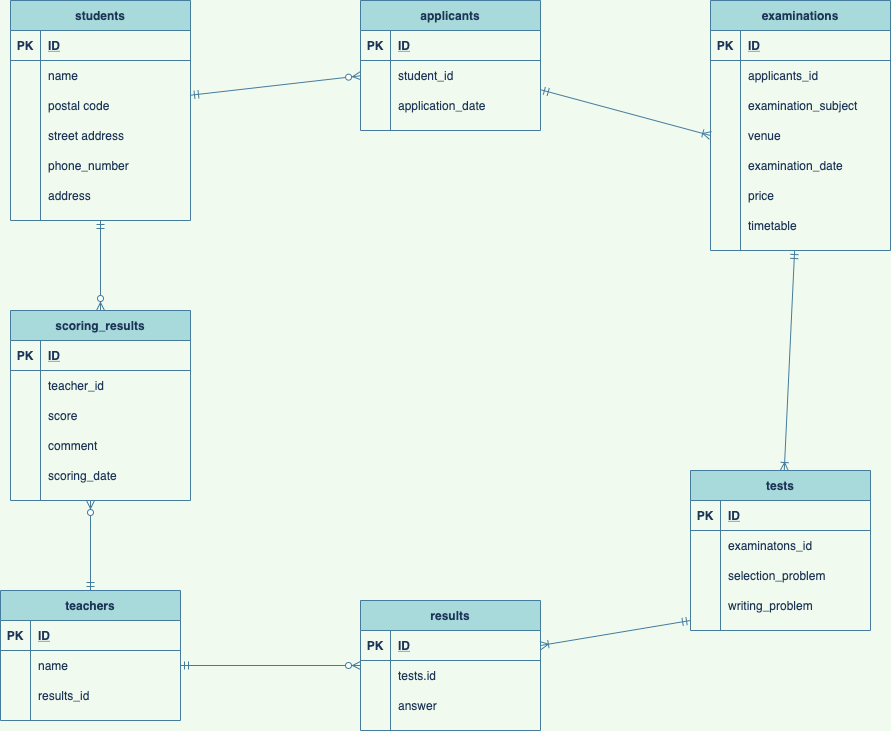
The draw.io diagram index.drawio.png in hata8341/ER_problem, before a commit. Source tidied: cells renumbered, new cells last; positions are measured from the earlier drawing's top-left corner, leaving out a move shared by most shapes.
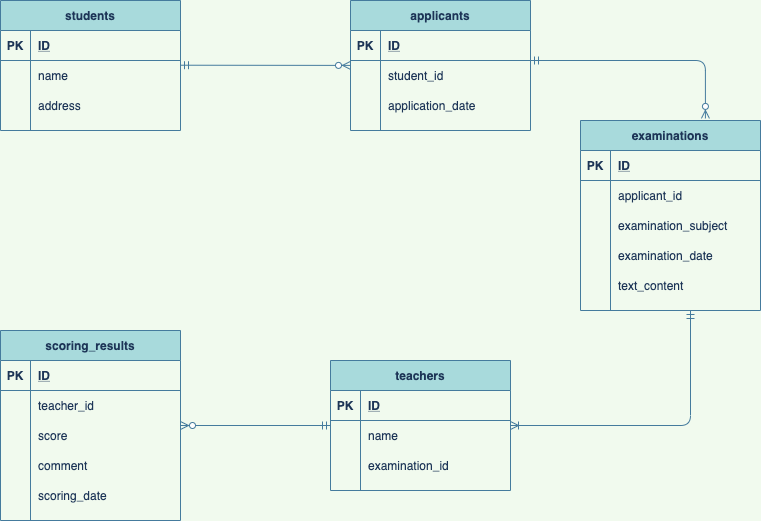
The same file after the commit.

Diff of the diagram source:
```diff
@@ -2,11 +2,8 @@
   <root>
     <mxCell id="0" />
     <mxCell id="1" parent="0" />
-    <mxCell id="2" style="edgeStyle=none;rounded=1;sketch=0;jettySize=auto;html=1;entryX=0.5;entryY=0;entryDx=0;entryDy=0;startArrow=ERmandOne;startFill=0;endArrow=ERzeroToMany;endFill=1;strokeColor=#457B9D;fillColor=#A8DADC;fontColor=#1D3557;" parent="1" edge="1" source="3" target="89">
-      <mxGeometry relative="1" as="geometry" />
-    </mxCell>
     <mxCell id="3" value="students" style="shape=table;startSize=30;rowLines=0;fontStyle=1;align=center;fillColor=#A8DADC;strokeColor=#457B9D;fontColor=#1D3557;" parent="1" vertex="1">
-      <mxGeometry x="10" width="180" height="220" as="geometry" />
+      <mxGeometry x="10" y="30" width="180" height="130" as="geometry" />
     </mxCell>
     <mxCell id="4" style="shape=partialRectangle;fillColor=none;top=0;left=0;bottom=1;right=0;strokeColor=#457B9D;fontColor=#1D3557;" parent="3" vertex="1">
       <mxGeometry y="30" width="180" height="30" as="geometry" />
@@ -26,35 +23,8 @@
     <mxCell id="9" value="name" style="shape=partialRectangle;fillColor=none;top=0;left=0;bottom=0;right=0;align=left;spacingLeft=6;overflow=hidden;strokeColor=#457B9D;fontColor=#1D3557;" parent="7" vertex="1">
       <mxGeometry x="30" width="150" height="30" as="geometry" />
     </mxCell>
-    <mxCell id="10" style="shape=partialRectangle;fillColor=none;top=0;left=0;bottom=0;right=0;points=[[0,0.5],[1,0.5]];portConstraint=eastwest;strokeColor=#457B9D;fontColor=#1D3557;" parent="3" vertex="1">
-      <mxGeometry y="90" width="180" height="30" as="geometry" />
-    </mxCell>
-    <mxCell id="11" style="shape=partialRectangle;fillColor=none;top=0;left=0;bottom=0;right=0;overflow=hidden;strokeColor=#457B9D;fontColor=#1D3557;" parent="10" vertex="1">
-      <mxGeometry width="30" height="30" as="geometry" />
-    </mxCell>
-    <mxCell id="12" value="postal code" style="shape=partialRectangle;fillColor=none;top=0;left=0;bottom=0;right=0;align=left;spacingLeft=6;overflow=hidden;strokeColor=#457B9D;fontColor=#1D3557;" parent="10" vertex="1">
-      <mxGeometry x="30" width="150" height="30" as="geometry" />
-    </mxCell>
-    <mxCell id="13" style="shape=partialRectangle;fillColor=none;top=0;left=0;bottom=0;right=0;strokeColor=#457B9D;fontColor=#1D3557;" parent="3" vertex="1">
-      <mxGeometry y="120" width="180" height="30" as="geometry" />
-    </mxCell>
-    <mxCell id="14" style="shape=partialRectangle;fillColor=none;top=0;left=0;bottom=0;right=0;overflow=hidden;strokeColor=#457B9D;fontColor=#1D3557;" parent="13" vertex="1">
-      <mxGeometry width="30" height="30" as="geometry" />
-    </mxCell>
-    <mxCell id="15" value="street address" style="shape=partialRectangle;fillColor=none;top=0;left=0;bottom=0;right=0;align=left;spacingLeft=6;overflow=hidden;strokeColor=#457B9D;fontColor=#1D3557;" parent="13" vertex="1">
-      <mxGeometry x="30" width="150" height="30" as="geometry" />
-    </mxCell>
-    <mxCell id="16" style="shape=partialRectangle;fillColor=none;top=0;left=0;bottom=0;right=0;strokeColor=#457B9D;fontColor=#1D3557;" parent="3" vertex="1">
-      <mxGeometry y="150" width="180" height="30" as="geometry" />
-    </mxCell>
-    <mxCell id="17" style="shape=partialRectangle;fillColor=none;top=0;left=0;bottom=0;right=0;overflow=hidden;strokeColor=#457B9D;fontColor=#1D3557;" parent="16" vertex="1">
-      <mxGeometry width="30" height="30" as="geometry" />
-    </mxCell>
-    <mxCell id="18" value="phone_number" style="shape=partialRectangle;fillColor=none;top=0;left=0;bottom=0;right=0;align=left;spacingLeft=6;overflow=hidden;strokeColor=#457B9D;fontColor=#1D3557;" parent="16" vertex="1">
-      <mxGeometry x="30" width="150" height="30" as="geometry" />
-    </mxCell>
     <mxCell id="19" style="shape=partialRectangle;fillColor=none;top=0;left=0;bottom=0;right=0;strokeColor=#457B9D;fontColor=#1D3557;" parent="3" vertex="1">
-      <mxGeometry y="180" width="180" height="30" as="geometry" />
+      <mxGeometry y="90" width="180" height="30" as="geometry" />
     </mxCell>
     <mxCell id="20" style="shape=partialRectangle;fillColor=none;top=0;left=0;bottom=0;right=0;overflow=hidden;strokeColor=#457B9D;fontColor=#1D3557;" parent="19" vertex="1">
       <mxGeometry width="30" height="30" as="geometry" />
@@ -62,11 +32,15 @@
     <mxCell id="21" value="address" style="shape=partialRectangle;fillColor=none;top=0;left=0;bottom=0;right=0;align=left;spacingLeft=6;overflow=hidden;strokeColor=#457B9D;fontColor=#1D3557;" parent="19" vertex="1">
       <mxGeometry x="30" width="150" height="30" as="geometry" />
     </mxCell>
-    <mxCell id="22" style="edgeStyle=none;rounded=1;sketch=0;jettySize=auto;html=1;strokeColor=#457B9D;fillColor=#A8DADC;fontColor=#1D3557;startArrow=ERmandOne;startFill=0;endArrow=ERoneToMany;endFill=0;" parent="1" edge="1" source="23" target="55">
-      <mxGeometry relative="1" as="geometry" />
-    </mxCell>
+    <mxCell id="109" style="edgeStyle=orthogonalEdgeStyle;rounded=1;jettySize=auto;html=1;strokeColor=#457B9D;endArrow=ERoneToMany;endFill=0;startArrow=ERmandOne;startFill=0;" parent="1" edge="1" source="23" target="79">
+      <mxGeometry relative="1" as="geometry">
+        <Array as="points">
+          <mxPoint x="700" y="455" />
+        </Array>
+      </mxGeometry>
+    </mxCell>
     <mxCell id="23" value="examinations" style="shape=table;startSize=30;rowLines=0;fontStyle=1;align=center;fillColor=#A8DADC;strokeColor=#457B9D;fontColor=#1D3557;" parent="1" vertex="1">
-      <mxGeometry x="710" width="180" height="250" as="geometry" />
+      <mxGeometry x="590" y="150" width="180" height="190" as="geometry" />
     </mxCell>
     <mxCell id="24" style="shape=partialRectangle;fillColor=none;top=0;left=0;bottom=1;right=0;strokeColor=#457B9D;fontColor=#1D3557;" parent="23" vertex="1">
       <mxGeometry y="30" width="180" height="30" as="geometry" />
@@ -83,7 +57,7 @@
     <mxCell id="28" style="shape=partialRectangle;fillColor=none;top=0;left=0;bottom=0;right=0;overflow=hidden;strokeColor=#457B9D;fontColor=#1D3557;" parent="27" vertex="1">
       <mxGeometry width="30" height="30" as="geometry" />
     </mxCell>
-    <mxCell id="29" value="applicants_id" style="shape=partialRectangle;fillColor=none;top=0;left=0;bottom=0;right=0;align=left;spacingLeft=6;overflow=hidden;strokeColor=#457B9D;fontColor=#1D3557;" parent="27" vertex="1">
+    <mxCell id="29" value="applicant_id" style="shape=partialRectangle;fillColor=none;top=0;left=0;bottom=0;right=0;align=left;spacingLeft=6;overflow=hidden;strokeColor=#457B9D;fontColor=#1D3557;" parent="27" vertex="1">
       <mxGeometry x="30" width="150" height="30" as="geometry" />
     </mxCell>
     <mxCell id="30" style="shape=partialRectangle;fillColor=none;top=0;left=0;bottom=0;right=0;strokeColor=#457B9D;fontColor=#1D3557;" parent="23" vertex="1">
@@ -95,17 +69,8 @@
     <mxCell id="32" value="examination_subject" style="shape=partialRectangle;fillColor=none;top=0;left=0;bottom=0;right=0;align=left;spacingLeft=6;overflow=hidden;strokeColor=#457B9D;fontColor=#1D3557;" parent="30" vertex="1">
       <mxGeometry x="30" width="150" height="30" as="geometry" />
     </mxCell>
-    <mxCell id="33" style="shape=partialRectangle;fillColor=none;top=0;left=0;bottom=0;right=0;points=[[0,0.5],[1,0.5]];portConstraint=eastwest;strokeColor=#457B9D;fontColor=#1D3557;" parent="23" vertex="1">
-      <mxGeometry y="120" width="180" height="30" as="geometry" />
-    </mxCell>
-    <mxCell id="34" style="shape=partialRectangle;fillColor=none;top=0;left=0;bottom=0;right=0;overflow=hidden;strokeColor=#457B9D;fontColor=#1D3557;" parent="33" vertex="1">
-      <mxGeometry width="30" height="30" as="geometry" />
-    </mxCell>
-    <mxCell id="35" value="venue" style="shape=partialRectangle;fillColor=none;top=0;left=0;bottom=0;right=0;align=left;spacingLeft=6;overflow=hidden;strokeColor=#457B9D;fontColor=#1D3557;" parent="33" vertex="1">
-      <mxGeometry x="30" width="150" height="30" as="geometry" />
-    </mxCell>
     <mxCell id="36" style="shape=partialRectangle;fillColor=none;top=0;left=0;bottom=0;right=0;strokeColor=#457B9D;fontColor=#1D3557;" parent="23" vertex="1">
-      <mxGeometry y="150" width="180" height="30" as="geometry" />
+      <mxGeometry y="120" width="180" height="30" as="geometry" />
     </mxCell>
     <mxCell id="37" style="shape=partialRectangle;fillColor=none;top=0;left=0;bottom=0;right=0;overflow=hidden;strokeColor=#457B9D;fontColor=#1D3557;" parent="36" vertex="1">
       <mxGeometry width="30" height="30" as="geometry" />
@@ -113,26 +78,17 @@
     <mxCell id="38" value="examination_date" style="shape=partialRectangle;fillColor=none;top=0;left=0;bottom=0;right=0;align=left;spacingLeft=6;overflow=hidden;strokeColor=#457B9D;fontColor=#1D3557;" parent="36" vertex="1">
       <mxGeometry x="30" width="150" height="30" as="geometry" />
     </mxCell>
-    <mxCell id="39" style="shape=partialRectangle;fillColor=none;top=0;left=0;bottom=0;right=0;strokeColor=#457B9D;fontColor=#1D3557;" parent="23" vertex="1">
-      <mxGeometry y="180" width="180" height="30" as="geometry" />
-    </mxCell>
-    <mxCell id="40" style="shape=partialRectangle;fillColor=none;top=0;left=0;bottom=0;right=0;overflow=hidden;strokeColor=#457B9D;fontColor=#1D3557;" parent="39" vertex="1">
-      <mxGeometry width="30" height="30" as="geometry" />
-    </mxCell>
-    <mxCell id="41" value="price" style="shape=partialRectangle;fillColor=none;top=0;left=0;bottom=0;right=0;align=left;spacingLeft=6;overflow=hidden;strokeColor=#457B9D;fontColor=#1D3557;" parent="39" vertex="1">
-      <mxGeometry x="30" width="150" height="30" as="geometry" />
-    </mxCell>
-    <mxCell id="42" style="shape=partialRectangle;fillColor=none;top=0;left=0;bottom=0;right=0;strokeColor=#457B9D;fontColor=#1D3557;" parent="23" vertex="1">
-      <mxGeometry y="210" width="180" height="30" as="geometry" />
-    </mxCell>
-    <mxCell id="43" style="shape=partialRectangle;fillColor=none;top=0;left=0;bottom=0;right=0;overflow=hidden;strokeColor=#457B9D;fontColor=#1D3557;" parent="42" vertex="1">
-      <mxGeometry width="30" height="30" as="geometry" />
-    </mxCell>
-    <mxCell id="44" value="timetable" style="shape=partialRectangle;fillColor=none;top=0;left=0;bottom=0;right=0;align=left;spacingLeft=6;overflow=hidden;strokeColor=#457B9D;fontColor=#1D3557;" parent="42" vertex="1">
-      <mxGeometry x="30" width="150" height="30" as="geometry" />
-    </mxCell>
+    <mxCell id="16" style="shape=partialRectangle;fillColor=none;top=0;left=0;bottom=0;right=0;strokeColor=#457B9D;fontColor=#1D3557;" parent="23" vertex="1">
+      <mxGeometry y="150" width="180" height="30" as="geometry" />
+    </mxCell>
+    <mxCell id="110" style="shape=partialRectangle;fillColor=none;top=0;left=0;bottom=0;right=0;overflow=hidden;strokeColor=#457B9D;fontColor=#1D3557;" parent="16" vertex="1">
+      <mxGeometry width="30" height="30" as="geometry" />
+    </mxCell>
+    <mxCell id="111" value="text_content" style="shape=partialRectangle;fillColor=none;top=0;left=0;bottom=0;right=0;align=left;spacingLeft=6;overflow=hidden;strokeColor=#457B9D;fontColor=#1D3557;" parent="16" vertex="1">
+      <mxGeometry x="30" width="150" height="30" as="geometry" />
+    </mxCell>
     <mxCell id="45" value="applicants" style="shape=table;startSize=30;rowLines=0;fontStyle=1;align=center;fillColor=#A8DADC;strokeColor=#457B9D;fontColor=#1D3557;" parent="1" vertex="1">
-      <mxGeometry x="360" width="180" height="130" as="geometry" />
+      <mxGeometry x="360" y="30" width="180" height="130" as="geometry" />
     </mxCell>
     <mxCell id="46" style="shape=partialRectangle;fillColor=none;top=0;left=0;bottom=1;right=0;strokeColor=#457B9D;fontColor=#1D3557;" parent="45" vertex="1">
       <mxGeometry y="30" width="180" height="30" as="geometry" />
@@ -161,82 +117,11 @@
     <mxCell id="54" value="application_date" style="shape=partialRectangle;fillColor=none;top=0;left=0;bottom=0;right=0;align=left;spacingLeft=6;overflow=hidden;strokeColor=#457B9D;fontColor=#1D3557;" parent="52" vertex="1">
       <mxGeometry x="30" width="150" height="30" as="geometry" />
     </mxCell>
-    <mxCell id="55" value="tests" style="shape=table;startSize=30;rowLines=0;fontStyle=1;align=center;fillColor=#A8DADC;strokeColor=#457B9D;fontColor=#1D3557;" parent="1" vertex="1">
-      <mxGeometry x="690" y="470" width="180" height="160" as="geometry" />
-    </mxCell>
-    <mxCell id="56" style="shape=partialRectangle;fillColor=none;top=0;left=0;bottom=1;right=0;strokeColor=#457B9D;fontColor=#1D3557;" parent="55" vertex="1">
-      <mxGeometry y="30" width="180" height="30" as="geometry" />
-    </mxCell>
-    <mxCell id="57" value="PK" style="shape=partialRectangle;fillColor=none;top=0;left=0;bottom=0;right=0;fontStyle=1;overflow=hidden;strokeColor=#457B9D;fontColor=#1D3557;" parent="56" vertex="1">
-      <mxGeometry width="30" height="30" as="geometry" />
-    </mxCell>
-    <mxCell id="58" value="ID" style="shape=partialRectangle;fillColor=none;top=0;left=0;bottom=0;right=0;align=left;spacingLeft=6;fontStyle=5;overflow=hidden;strokeColor=#457B9D;fontColor=#1D3557;" parent="56" vertex="1">
-      <mxGeometry x="30" width="150" height="30" as="geometry" />
-    </mxCell>
-    <mxCell id="59" style="shape=partialRectangle;fillColor=none;top=0;left=0;bottom=0;right=0;strokeColor=#457B9D;fontColor=#1D3557;" parent="55" vertex="1">
-      <mxGeometry y="60" width="180" height="30" as="geometry" />
-    </mxCell>
-    <mxCell id="60" style="shape=partialRectangle;fillColor=none;top=0;left=0;bottom=0;right=0;overflow=hidden;strokeColor=#457B9D;fontColor=#1D3557;" parent="59" vertex="1">
-      <mxGeometry width="30" height="30" as="geometry" />
-    </mxCell>
-    <mxCell id="61" value="examinatons_id" style="shape=partialRectangle;fillColor=none;top=0;left=0;bottom=0;right=0;align=left;spacingLeft=6;overflow=hidden;strokeColor=#457B9D;fontColor=#1D3557;" parent="59" vertex="1">
-      <mxGeometry x="30" width="150" height="30" as="geometry" />
-    </mxCell>
-    <mxCell id="62" style="shape=partialRectangle;fillColor=none;top=0;left=0;bottom=0;right=0;strokeColor=#457B9D;fontColor=#1D3557;" parent="55" vertex="1">
-      <mxGeometry y="90" width="180" height="30" as="geometry" />
-    </mxCell>
-    <mxCell id="63" style="shape=partialRectangle;fillColor=none;top=0;left=0;bottom=0;right=0;overflow=hidden;strokeColor=#457B9D;fontColor=#1D3557;" parent="62" vertex="1">
-      <mxGeometry width="30" height="30" as="geometry" />
-    </mxCell>
-    <mxCell id="64" value="selection_problem" style="shape=partialRectangle;fillColor=none;top=0;left=0;bottom=0;right=0;align=left;spacingLeft=6;overflow=hidden;strokeColor=#457B9D;fontColor=#1D3557;" parent="62" vertex="1">
-      <mxGeometry x="30" width="150" height="30" as="geometry" />
-    </mxCell>
-    <mxCell id="65" style="shape=partialRectangle;fillColor=none;top=0;left=0;bottom=0;right=0;points=[[0,0.5],[1,0.5]];portConstraint=eastwest;strokeColor=#457B9D;fontColor=#1D3557;" parent="55" vertex="1">
-      <mxGeometry y="120" width="180" height="30" as="geometry" />
-    </mxCell>
-    <mxCell id="66" style="shape=partialRectangle;fillColor=none;top=0;left=0;bottom=0;right=0;overflow=hidden;strokeColor=#457B9D;fontColor=#1D3557;" parent="65" vertex="1">
-      <mxGeometry width="30" height="30" as="geometry" />
-    </mxCell>
-    <mxCell id="67" value="writing_problem" style="shape=partialRectangle;fillColor=none;top=0;left=0;bottom=0;right=0;align=left;spacingLeft=6;overflow=hidden;strokeColor=#457B9D;fontColor=#1D3557;" parent="65" vertex="1">
-      <mxGeometry x="30" width="150" height="30" as="geometry" />
-    </mxCell>
-    <mxCell id="68" value="results" style="shape=table;startSize=30;rowLines=0;fontStyle=1;align=center;fillColor=#A8DADC;strokeColor=#457B9D;fontColor=#1D3557;" parent="1" vertex="1">
-      <mxGeometry x="360" y="600" width="180" height="130" as="geometry" />
-    </mxCell>
-    <mxCell id="69" style="shape=partialRectangle;fillColor=none;top=0;left=0;bottom=1;right=0;points=[[0,0.5],[1,0.5]];portConstraint=eastwest;strokeColor=#457B9D;fontColor=#1D3557;" parent="68" vertex="1">
-      <mxGeometry y="30" width="180" height="30" as="geometry" />
-    </mxCell>
-    <mxCell id="70" value="PK" style="shape=partialRectangle;fillColor=none;top=0;left=0;bottom=0;right=0;fontStyle=1;overflow=hidden;strokeColor=#457B9D;fontColor=#1D3557;" parent="69" vertex="1">
-      <mxGeometry width="30" height="30" as="geometry" />
-    </mxCell>
-    <mxCell id="71" value="ID" style="shape=partialRectangle;fillColor=none;top=0;left=0;bottom=0;right=0;align=left;spacingLeft=6;fontStyle=5;overflow=hidden;strokeColor=#457B9D;fontColor=#1D3557;" parent="69" vertex="1">
-      <mxGeometry x="30" width="150" height="30" as="geometry" />
-    </mxCell>
-    <mxCell id="72" style="shape=partialRectangle;fillColor=none;top=0;left=0;bottom=0;right=0;strokeColor=#457B9D;fontColor=#1D3557;" parent="68" vertex="1">
-      <mxGeometry y="60" width="180" height="30" as="geometry" />
-    </mxCell>
-    <mxCell id="73" style="shape=partialRectangle;fillColor=none;top=0;left=0;bottom=0;right=0;overflow=hidden;strokeColor=#457B9D;fontColor=#1D3557;" parent="72" vertex="1">
-      <mxGeometry width="30" height="30" as="geometry" />
-    </mxCell>
-    <mxCell id="74" value="tests.id" style="shape=partialRectangle;fillColor=none;top=0;left=0;bottom=0;right=0;align=left;spacingLeft=6;overflow=hidden;strokeColor=#457B9D;fontColor=#1D3557;" parent="72" vertex="1">
-      <mxGeometry x="30" width="150" height="30" as="geometry" />
-    </mxCell>
-    <mxCell id="75" style="shape=partialRectangle;fillColor=none;top=0;left=0;bottom=0;right=0;strokeColor=#457B9D;fontColor=#1D3557;" parent="68" vertex="1">
-      <mxGeometry y="90" width="180" height="30" as="geometry" />
-    </mxCell>
-    <mxCell id="76" style="shape=partialRectangle;fillColor=none;top=0;left=0;bottom=0;right=0;overflow=hidden;strokeColor=#457B9D;fontColor=#1D3557;" parent="75" vertex="1">
-      <mxGeometry width="30" height="30" as="geometry" />
-    </mxCell>
-    <mxCell id="77" value="answer" style="shape=partialRectangle;fillColor=none;top=0;left=0;bottom=0;right=0;align=left;spacingLeft=6;overflow=hidden;strokeColor=#457B9D;fontColor=#1D3557;" parent="75" vertex="1">
-      <mxGeometry x="30" width="150" height="30" as="geometry" />
-    </mxCell>
-    <mxCell id="78" style="edgeStyle=none;rounded=1;sketch=0;jettySize=auto;html=1;strokeColor=#457B9D;fillColor=#A8DADC;fontColor=#1D3557;endArrow=ERzeroToMany;endFill=1;startArrow=ERmandOne;startFill=0;" parent="1" edge="1" source="79">
-      <mxGeometry relative="1" as="geometry">
-        <mxPoint x="90" y="500" as="targetPoint" />
-      </mxGeometry>
+    <mxCell id="78" style="edgeStyle=none;rounded=1;sketch=0;jettySize=auto;html=1;strokeColor=#457B9D;fillColor=#A8DADC;fontColor=#1D3557;endArrow=ERzeroToMany;endFill=1;startArrow=ERmandOne;startFill=0;" parent="1" edge="1" source="79" target="89">
+      <mxGeometry relative="1" as="geometry" />
     </mxCell>
     <mxCell id="79" value="teachers" style="shape=table;startSize=30;rowLines=0;fontStyle=1;align=center;fillColor=#A8DADC;strokeColor=#457B9D;fontColor=#1D3557;" parent="1" vertex="1">
-      <mxGeometry y="590" width="180" height="130" as="geometry" />
+      <mxGeometry x="340" y="390" width="180" height="130" as="geometry" />
     </mxCell>
     <mxCell id="80" style="shape=partialRectangle;fillColor=none;top=0;left=0;bottom=1;right=0;strokeColor=#457B9D;fontColor=#1D3557;" parent="79" vertex="1">
       <mxGeometry y="30" width="180" height="30" as="geometry" />
@@ -262,11 +147,11 @@
     <mxCell id="87" style="shape=partialRectangle;fillColor=none;top=0;left=0;bottom=0;right=0;overflow=hidden;strokeColor=#457B9D;fontColor=#1D3557;" parent="86" vertex="1">
       <mxGeometry width="30" height="30" as="geometry" />
     </mxCell>
-    <mxCell id="88" value="results_id" style="shape=partialRectangle;fillColor=none;top=0;left=0;bottom=0;right=0;align=left;spacingLeft=6;overflow=hidden;strokeColor=#457B9D;fontColor=#1D3557;" parent="86" vertex="1">
+    <mxCell id="88" value="examination_id" style="shape=partialRectangle;fillColor=none;top=0;left=0;bottom=0;right=0;align=left;spacingLeft=6;overflow=hidden;strokeColor=#457B9D;fontColor=#1D3557;" parent="86" vertex="1">
       <mxGeometry x="30" width="150" height="30" as="geometry" />
     </mxCell>
     <mxCell id="89" value="scoring_results" style="shape=table;startSize=30;rowLines=0;fontStyle=1;align=center;fillColor=#A8DADC;strokeColor=#457B9D;fontColor=#1D3557;" parent="1" vertex="1">
-      <mxGeometry x="10" y="310" width="180" height="190" as="geometry" />
+      <mxGeometry x="10" y="360" width="180" height="190" as="geometry" />
     </mxCell>
     <mxCell id="90" style="shape=partialRectangle;fillColor=none;top=0;left=0;bottom=1;right=0;strokeColor=#457B9D;fontColor=#1D3557;" parent="89" vertex="1">
       <mxGeometry y="30" width="180" height="30" as="geometry" />
@@ -313,17 +198,17 @@
     <mxCell id="104" value="scoring_date" style="shape=partialRectangle;fillColor=none;top=0;left=0;bottom=0;right=0;align=left;spacingLeft=6;overflow=hidden;strokeColor=#457B9D;fontColor=#1D3557;" parent="102" vertex="1">
       <mxGeometry x="30" width="150" height="30" as="geometry" />
     </mxCell>
-    <mxCell id="105" style="rounded=1;sketch=0;jettySize=auto;html=1;strokeColor=#457B9D;fillColor=#A8DADC;fontColor=#1D3557;endArrow=ERzeroToMany;endFill=1;startArrow=ERmandOne;startFill=0;" parent="1" edge="1" source="10" target="45">
-      <mxGeometry relative="1" as="geometry" />
+    <mxCell id="105" style="rounded=1;sketch=0;jettySize=auto;html=1;strokeColor=#457B9D;fillColor=#A8DADC;fontColor=#1D3557;endArrow=ERzeroToMany;endFill=1;startArrow=ERmandOne;startFill=0;" parent="1" edge="1" target="45">
+      <mxGeometry relative="1" as="geometry">
+        <mxPoint x="190" y="94.7" as="sourcePoint" />
+      </mxGeometry>
     </mxCell>
-    <mxCell id="106" style="edgeStyle=none;rounded=1;sketch=0;jettySize=auto;html=1;strokeColor=#457B9D;fillColor=#A8DADC;fontColor=#1D3557;entryX=0;entryY=0.5;entryDx=0;entryDy=0;startArrow=ERmandOne;startFill=0;endArrow=ERoneToMany;endFill=0;" parent="1" edge="1" source="45" target="33">
-      <mxGeometry relative="1" as="geometry" />
+    <mxCell id="106" style="edgeStyle=orthogonalEdgeStyle;rounded=1;sketch=0;jettySize=auto;html=1;strokeColor=#457B9D;fillColor=#A8DADC;fontColor=#1D3557;entryX=0.694;entryY=-0.011;entryDx=0;entryDy=0;startArrow=ERmandOne;startFill=0;endArrow=ERzeroToMany;endFill=1;entryPerimeter=0;" parent="1" edge="1" source="45" target="23">
+      <mxGeometry relative="1" as="geometry">
+        <Array as="points">
+          <mxPoint x="715" y="90" />
+        </Array>
+      </mxGeometry>
     </mxCell>
-    <mxCell id="107" style="edgeStyle=none;rounded=1;sketch=0;jettySize=auto;html=1;entryX=1;entryY=0.5;entryDx=0;entryDy=0;strokeColor=#457B9D;fillColor=#A8DADC;fontColor=#1D3557;endArrow=ERoneToMany;endFill=0;startArrow=ERmandOne;startFill=0;" parent="1" edge="1" source="65" target="69">
-      <mxGeometry relative="1" as="geometry" />
-    </mxCell>
-    <mxCell id="108" style="edgeStyle=none;rounded=1;sketch=0;jettySize=auto;html=1;startArrow=ERmandOne;startFill=0;endArrow=ERzeroToMany;endFill=1;strokeColor=#457B9D;fillColor=#A8DADC;fontColor=#1D3557;" parent="1" edge="1" source="83" target="68">
-      <mxGeometry relative="1" as="geometry" />
-    </mxCell>
   </root>
 </mxGraphModel>
```
